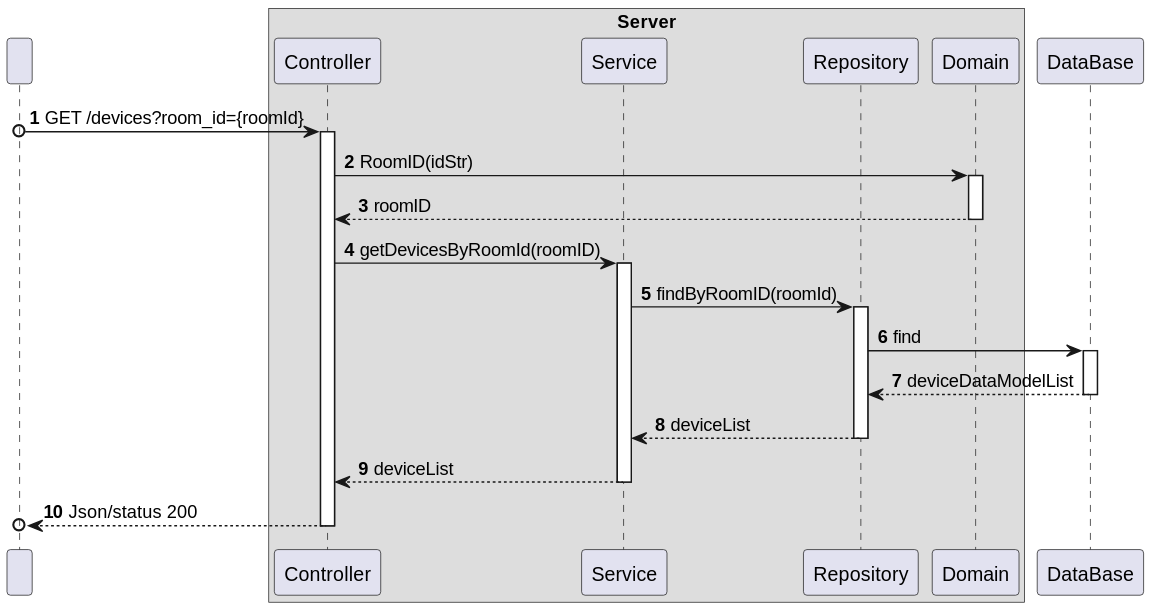
olivDiogo/SmartHome keeps this PlantUML diagram as docs/ooa/C4_4plus1_models/Level3/ProcessView/ProcessViewLevel3_UC06_v1.svg. Above is the earlier version.
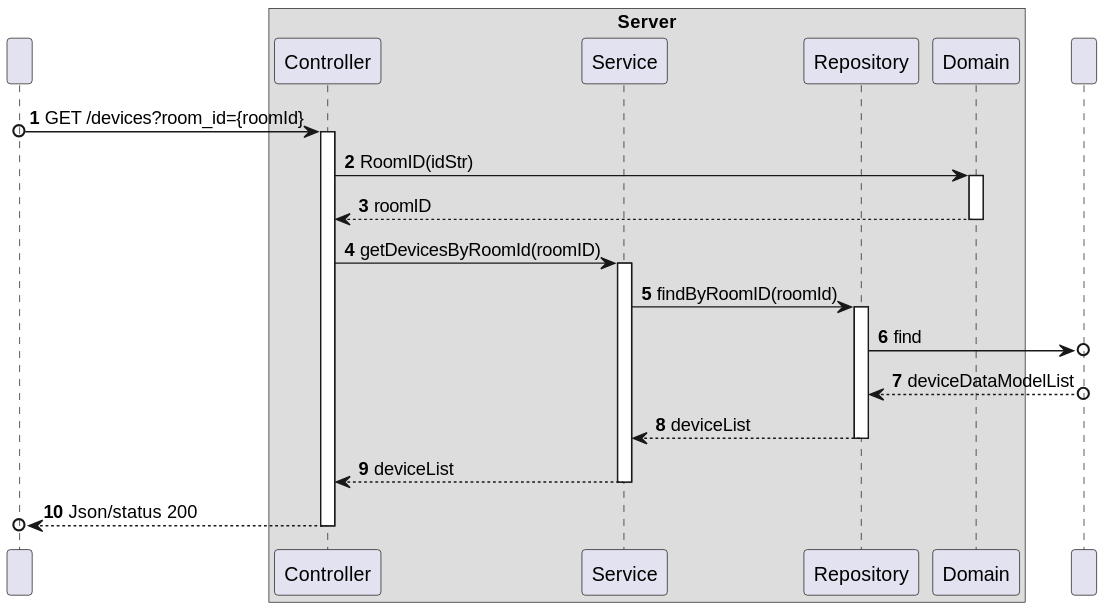
Later version of the same file.

Commit message:
docs: updates on process view level 2 and 3 diagrams

The edit, as a diff of the source:
```diff
@@ -13,7 +13,7 @@
     participant "Domain" as DOM
 
 end box
-participant "DataBase" as BD
+participant " " as BD
 
 
 HTTP o-> CTRL : GET /devices?room_id={roomId}
@@ -30,11 +30,9 @@
 SV -> REPO : findByRoomID(roomId)
 activate REPO
 
-REPO -> BD : find
-activate BD
+REPO ->o BD : find
 
-BD --> REPO : deviceDataModelList
-deactivate BD
+BD o--> REPO : deviceDataModelList
 
 REPO --> SV : deviceList
 deactivate REPO
```
